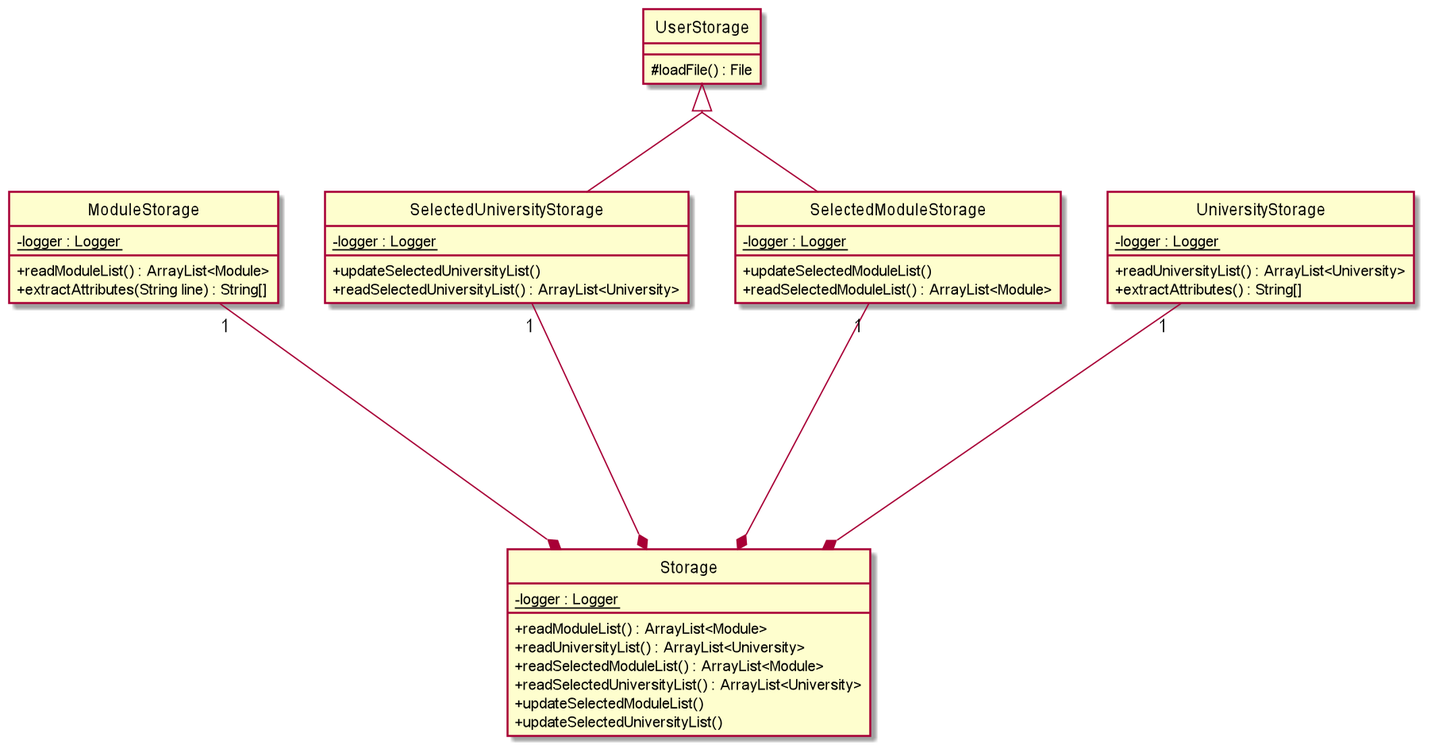
The PlantUML diagram docs/images/storage.png in nus-cs2113-AY2122S1/tp, before a commit.
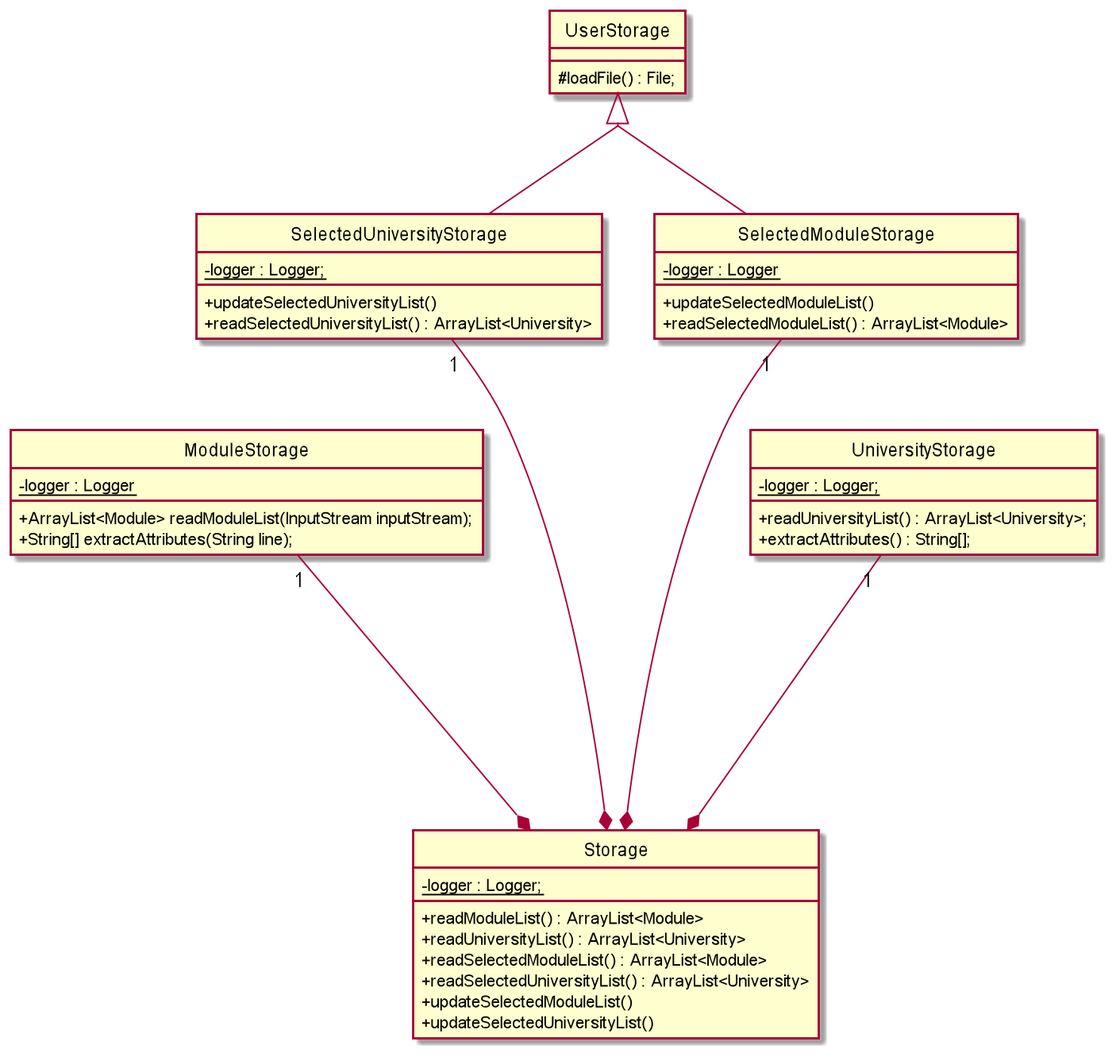
After the change.

The edit, as a diff of the source:
```diff
@@ -6,31 +6,31 @@
 ModuleStorage "1" ----* Storage
     ModuleStorage : - {static} logger : Logger
 
-    ModuleStorage : + readModuleList() : ArrayList<Module>
-    ModuleStorage : + extractAttributes(String line) : String[]
+    ModuleStorage : + ArrayList<Module> readModuleList(InputStream inputStream);
+    ModuleStorage : + String[] extractAttributes(String line);
 
 UserStorage <|-- SelectedUniversityStorage
-SelectedUniversityStorage "1" ----* Storage
-    SelectedUniversityStorage : - {static} logger : Logger
+SelectedUniversityStorage "1" -----* Storage
+    SelectedUniversityStorage : - {static} logger : Logger;
     SelectedUniversityStorage : + updateSelectedUniversityList()
     SelectedUniversityStorage : + readSelectedUniversityList() : ArrayList<University>
 
 UserStorage <|-- SelectedModuleStorage
-SelectedModuleStorage "1" ----* Storage
+SelectedModuleStorage "1" -----* Storage
     SelectedModuleStorage : - {static} logger : Logger
     SelectedModuleStorage : + updateSelectedModuleList()
     SelectedModuleStorage : + readSelectedModuleList() : ArrayList<Module>
 
 UniversityStorage "1" ----* Storage
-    UniversityStorage : - {static} logger : Logger
-    UniversityStorage : + readUniversityList() : ArrayList<University>
-    UniversityStorage : + extractAttributes() : String[]
+    UniversityStorage : - {static} logger : Logger;
+    UniversityStorage : + readUniversityList() : ArrayList<University>;
+    UniversityStorage : + extractAttributes() : String[];
 
 class UserStorage {
-    # loadFile() : File
+    # loadFile() : File;
 }
 class Storage {
-    - {static} logger : Logger
+    - {static} logger : Logger;
 
     + readModuleList() : ArrayList<Module>
     + readUniversityList() : ArrayList<University>
```
